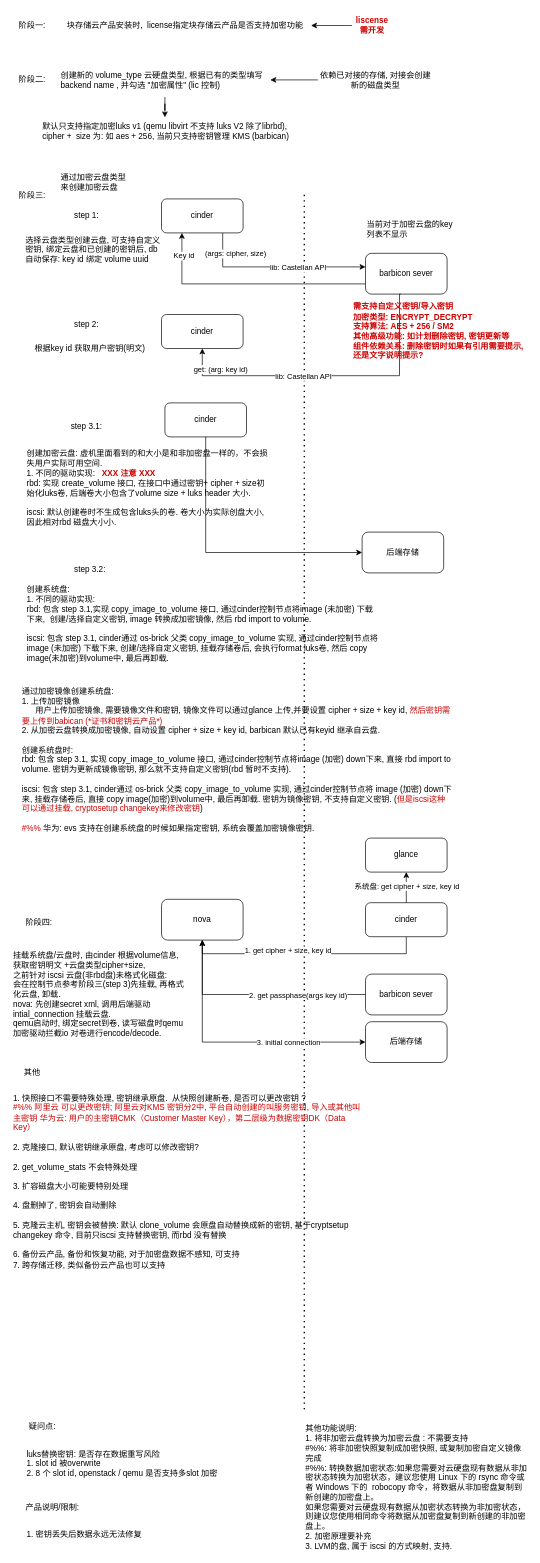
Before: 磁盘加密.drawio in ChenFanTony/ceph-diagrams, a draw.io diagram. Source tidied: cells renumbered, new cells numbered last; positions are measured from the earlier drawing's top-left corner, leaving out a move shared by most shapes. Both pictures are drawn from the tidied source at 68%, with x=0, y=0 at pixel (12, 12).
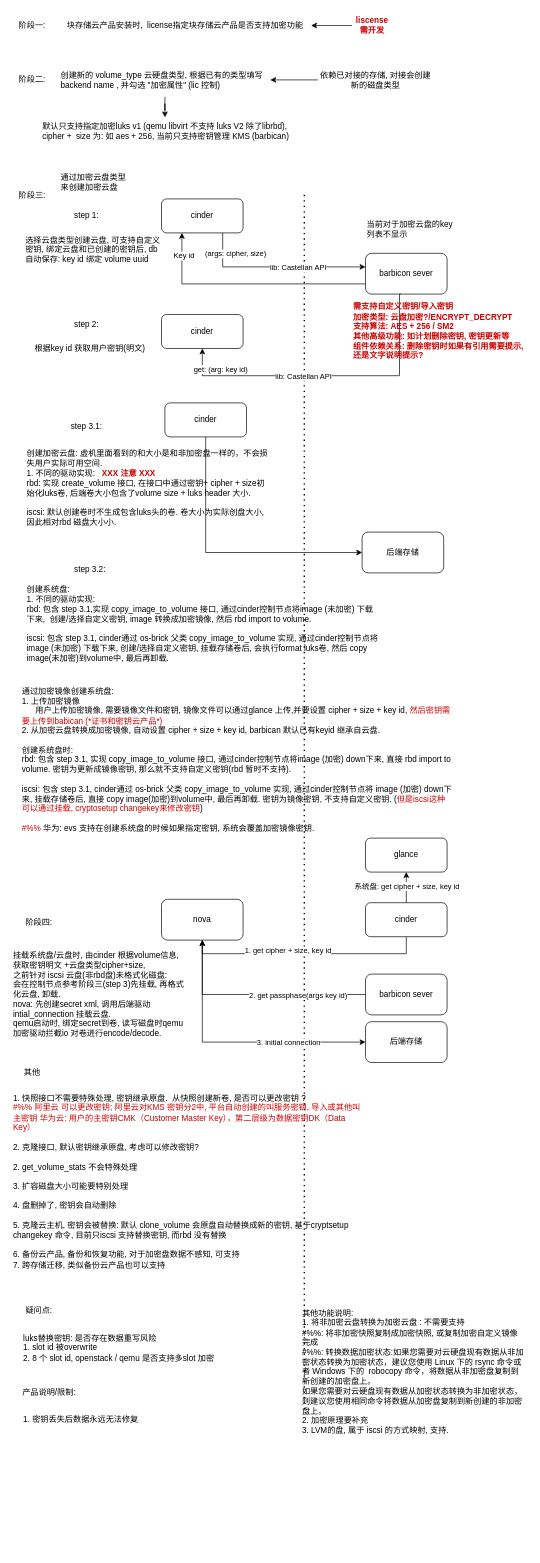
The same page after the edit.

Commit message:
更新磁盘加密.drawio

What changed in the source:
```diff
@@
-    <mxCell id="52" value="&lt;font style=&quot;&quot;&gt;&lt;b&gt;需支持自定义密钥/导入密钥&lt;/b&gt;&lt;br&gt;&lt;b&gt;加密类型: ENCRYPT_DECRYPT&lt;br&gt;支持算法: AES + 256 / SM2&lt;/b&gt;&lt;br&gt;&lt;b&gt;其他高级功能: 如计划删除密钥, 密钥更新等&amp;nbsp;&lt;br&gt;组件依赖关系: 删除密钥时如果有引用需要提示, 还是文字说明提示?&lt;/b&gt;&lt;/font&gt;" style="text;html=1;whiteSpace=wrap;strokeColor=none;fillColor=none;align=left;verticalAlign=middle;rounded=0;fontColor=#CC0000;" parent="1" vertex="1">
+    <mxCell id="52" value="&lt;font style=&quot;&quot;&gt;&lt;b&gt;需支持自定义密钥/导入密钥&lt;/b&gt;&lt;br&gt;&lt;b&gt;加密类型: 云盘加密?/ENCRYPT_DECRYPT&lt;br&gt;支持算法: AES + 256 / SM2&lt;/b&gt;&lt;br&gt;&lt;b&gt;其他高级功能: 如计划删除密钥, 密钥更新等&amp;nbsp;&lt;br&gt;组件依赖关系: 删除密钥时如果有引用需要提示, 还是文字说明提示?&lt;/b&gt;&lt;/font&gt;" style="text;html=1;whiteSpace=wrap;strokeColor=none;fillColor=none;align=left;verticalAlign=middle;rounded=0;fontColor=#CC0000;" parent="1" vertex="1">
       <mxGeometry x="500" y="455" width="260" height="30" as="geometry" />
     </mxCell>
     <mxCell id="53" value="luks替换密钥: 是否存在数据重写风险&lt;br&gt;1. slot id 被overwrite&lt;br&gt;&lt;div style=&quot;&quot;&gt;&lt;span style=&quot;background-color: transparent; color: light-dark(rgb(0, 0, 0), rgb(255, 255, 255));&quot;&gt;2. 8 个 slot id, openstack / qemu 是否支持多slot 加密&lt;/span&gt;&lt;/div&gt;" style="text;html=1;whiteSpace=wrap;strokeColor=none;fillColor=none;align=left;verticalAlign=middle;rounded=0;" parent="1" vertex="1">
-      <mxGeometry x="20" y="2105" width="490" height="60" as="geometry" />
+      <mxGeometry x="15" y="1935" width="490" height="60" as="geometry" />
     </mxCell>
     <mxCell id="54" value="疑问点:" style="text;html=1;whiteSpace=wrap;strokeColor=none;fillColor=none;align=center;verticalAlign=middle;rounded=0;" parent="1" vertex="1">
-      <mxGeometry x="15" y="2065" width="60" height="30" as="geometry" />
+      <mxGeometry x="10" y="1895" width="60" height="30" as="geometry" />
     </mxCell>
@@
     <mxCell id="56" value="产品说明/限制:" style="text;html=1;whiteSpace=wrap;strokeColor=none;fillColor=none;align=center;verticalAlign=middle;rounded=0;" parent="1" vertex="1">
-      <mxGeometry x="5" y="2185" width="110" height="30" as="geometry" />
+      <mxGeometry y="2015" width="110" height="30" as="geometry" />
     </mxCell>
     <mxCell id="57" value="1.&amp;nbsp;密钥丢失后数据永远无法修复" style="text;html=1;whiteSpace=wrap;strokeColor=none;fillColor=none;align=left;verticalAlign=middle;rounded=0;" parent="1" vertex="1">
-      <mxGeometry x="20" y="2225" width="330" height="30" as="geometry" />
+      <mxGeometry x="15" y="2055" width="330" height="30" as="geometry" />
     </mxCell>
     <mxCell id="58" value="其他功能说明:&lt;br&gt;1.&amp;nbsp;将非加密云盘转换为加密云盘 : 不需要支持&lt;br&gt;#%%: 将非加密快照复制成加密快照, 或复制加密自定义镜像完成&lt;br&gt;#%%:&amp;nbsp;&lt;span style=&quot;background-color: transparent;&quot;&gt;转换数据加密状态:&lt;/span&gt;&lt;span style=&quot;background-color: transparent; color: light-dark(rgb(0, 0, 0), rgb(255, 255, 255));&quot;&gt;如果您需要对云硬盘现有数据从非加密状态转换为加密状态，建议您使用 Linux 下的 rsync 命令或者 Windows 下的&amp;nbsp; robocopy 命令，将数据从非加密盘复制到新创建的加密盘上。&lt;/span&gt;&lt;div&gt;如果您需要对云硬盘现有数据从加密状态转换为非加密状态，则建议您使用相同命令将数据从加密盘复制到新创建的非加密盘上。&lt;/div&gt;&lt;div&gt;2. 加密原理要补充&lt;br&gt;3. LVM的盘, 属于 iscsi 的方式映射, 支持.&lt;br&gt;&lt;/div&gt;" style="text;html=1;whiteSpace=wrap;strokeColor=none;fillColor=none;align=left;verticalAlign=middle;rounded=0;" parent="1" vertex="1">
-      <mxGeometry x="430" y="2095" width="330" height="150" as="geometry" />
+      <mxGeometry x="425" y="1925" width="330" height="150" as="geometry" />
     </mxCell>
```
